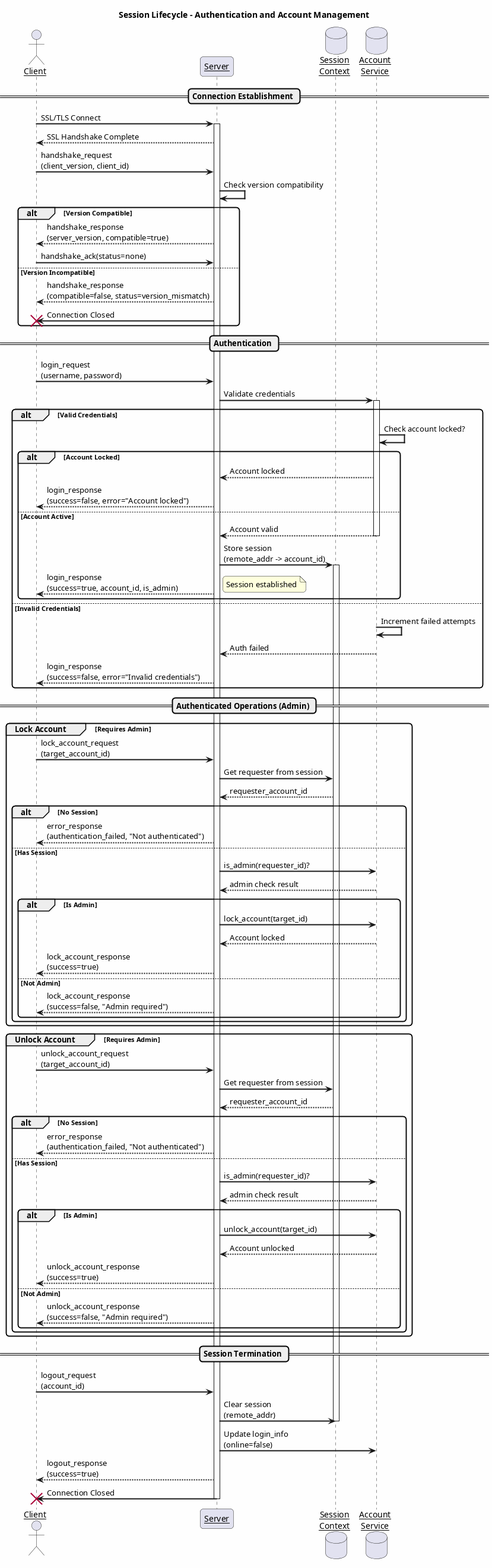
This is projects/modeling/protocol.session.png from OreStudio/OreStudio, a PlantUML export, as it was before one commit. Source of this version:
```plantuml
@startuml

title Session Lifecycle - Authentication and Account Management

skinparam backgroundColor #FEFEFE
skinparam sequenceArrowThickness 2
skinparam roundcorner 10
skinparam sequenceParticipant underline

actor "Client" as C
participant "Server" as S
database "Session\nContext" as SC
database "Account\nService" as AS

== Connection Establishment ==

C -> S: SSL/TLS Connect
activate S
S --> C: SSL Handshake Complete

C -> S: handshake_request\n(client_version, client_id)
S -> S: Check version compatibility
alt Version Compatible
    S --> C: handshake_response\n(server_version, compatible=true)
    C -> S: handshake_ack(status=none)
else Version Incompatible
    S --> C: handshake_response\n(compatible=false, status=version_mismatch)
    S -> C !!: Connection Closed
end

== Authentication ==

C -> S: login_request\n(username, password)
S -> AS: Validate credentials
activate AS

alt Valid Credentials
    AS -> AS: Check account locked?
    alt Account Locked
        AS --> S: Account locked
        S --> C: login_response\n(success=false, error="Account locked")
    else Account Active
        AS --> S: Account valid
        deactivate AS
        S -> SC: Store session\n(remote_addr -> account_id)
        activate SC
        S --> C: login_response\n(success=true, account_id, is_admin)
        note right: Session established
    end
else Invalid Credentials
    AS -> AS: Increment failed attempts
    AS --> S: Auth failed
    deactivate AS
    S --> C: login_response\n(success=false, error="Invalid credentials")
end

== Authenticated Operations (Admin) ==

group Lock Account [Requires Admin]
    C -> S: lock_account_request\n(target_account_id)
    S -> SC: Get requester from session
    SC --> S: requester_account_id

    alt No Session
        S --> C: error_response\n(authentication_failed, "Not authenticated")
    else Has Session
        S -> AS: is_admin(requester_id)?
        AS --> S: admin check result

        alt Is Admin
            S -> AS: lock_account(target_id)
            AS --> S: Account locked
            S --> C: lock_account_response\n(success=true)
        else Not Admin
            S --> C: lock_account_response\n(success=false, "Admin required")
        end
    end
end

group Unlock Account [Requires Admin]
    C -> S: unlock_account_request\n(target_account_id)
    S -> SC: Get requester from session
    SC --> S: requester_account_id

    alt No Session
        S --> C: error_response\n(authentication_failed, "Not authenticated")
    else Has Session
        S -> AS: is_admin(requester_id)?
        AS --> S: admin check result

        alt Is Admin
            S -> AS: unlock_account(target_id)
            AS --> S: Account unlocked
            S --> C: unlock_account_response\n(success=true)
        else Not Admin
            S --> C: unlock_account_response\n(success=false, "Admin required")
        end
    end
end

== Session Termination ==

C -> S: logout_request\n(account_id)
S -> SC: Clear session\n(remote_addr)
deactivate SC
S -> AS: Update login_info\n(online=false)
S --> C: logout_response\n(success=true)
S -> C !!: Connection Closed
deactivate S

@enduml
```
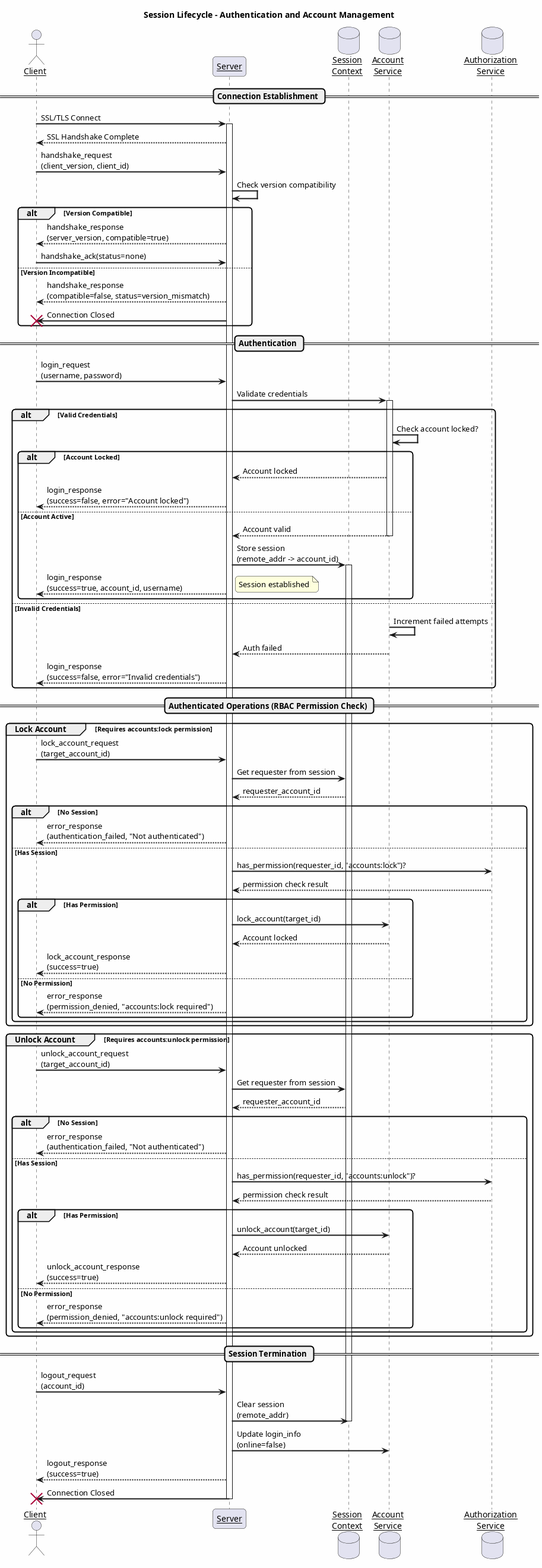
Above is the later version.

Change to the diagram source:
```diff
@@ -11,6 +11,7 @@
 participant "Server" as S
 database "Session\nContext" as SC
 database "Account\nService" as AS
+database "Authorization\nService" as AZ
 
 == Connection Establishment ==
 
@@ -44,7 +45,7 @@
         deactivate AS
         S -> SC: Store session\n(remote_addr -> account_id)
         activate SC
-        S --> C: login_response\n(success=true, account_id, is_admin)
+        S --> C: login_response\n(success=true, account_id, username)
         note right: Session established
     end
 else Invalid Credentials
@@ -54,9 +55,9 @@
     S --> C: login_response\n(success=false, error="Invalid credentials")
 end
 
-== Authenticated Operations (Admin) ==
+== Authenticated Operations (RBAC Permission Check) ==
 
-group Lock Account [Requires Admin]
+group Lock Account [Requires accounts:lock permission]
     C -> S: lock_account_request\n(target_account_id)
     S -> SC: Get requester from session
     SC --> S: requester_account_id
@@ -64,20 +65,20 @@
     alt No Session
         S --> C: error_response\n(authentication_failed, "Not authenticated")
     else Has Session
-        S -> AS: is_admin(requester_id)?
-        AS --> S: admin check result
+        S -> AZ: has_permission(requester_id, "accounts:lock")?
+        AZ --> S: permission check result
 
-        alt Is Admin
+        alt Has Permission
             S -> AS: lock_account(target_id)
             AS --> S: Account locked
             S --> C: lock_account_response\n(success=true)
-        else Not Admin
-            S --> C: lock_account_response\n(success=false, "Admin required")
+        else No Permission
+            S --> C: error_response\n(permission_denied, "accounts:lock required")
         end
     end
 end
 
-group Unlock Account [Requires Admin]
+group Unlock Account [Requires accounts:unlock permission]
     C -> S: unlock_account_request\n(target_account_id)
     S -> SC: Get requester from session
     SC --> S: requester_account_id
@@ -85,15 +86,15 @@
     alt No Session
         S --> C: error_response\n(authentication_failed, "Not authenticated")
     else Has Session
-        S -> AS: is_admin(requester_id)?
-        AS --> S: admin check result
+        S -> AZ: has_permission(requester_id, "accounts:unlock")?
+        AZ --> S: permission check result
 
-        alt Is Admin
+        alt Has Permission
             S -> AS: unlock_account(target_id)
             AS --> S: Account unlocked
             S --> C: unlock_account_response\n(success=true)
-        else Not Admin
-            S --> C: unlock_account_response\n(success=false, "Admin required")
+        else No Permission
+            S --> C: error_response\n(permission_denied, "accounts:unlock required")
         end
     end
 end
```
